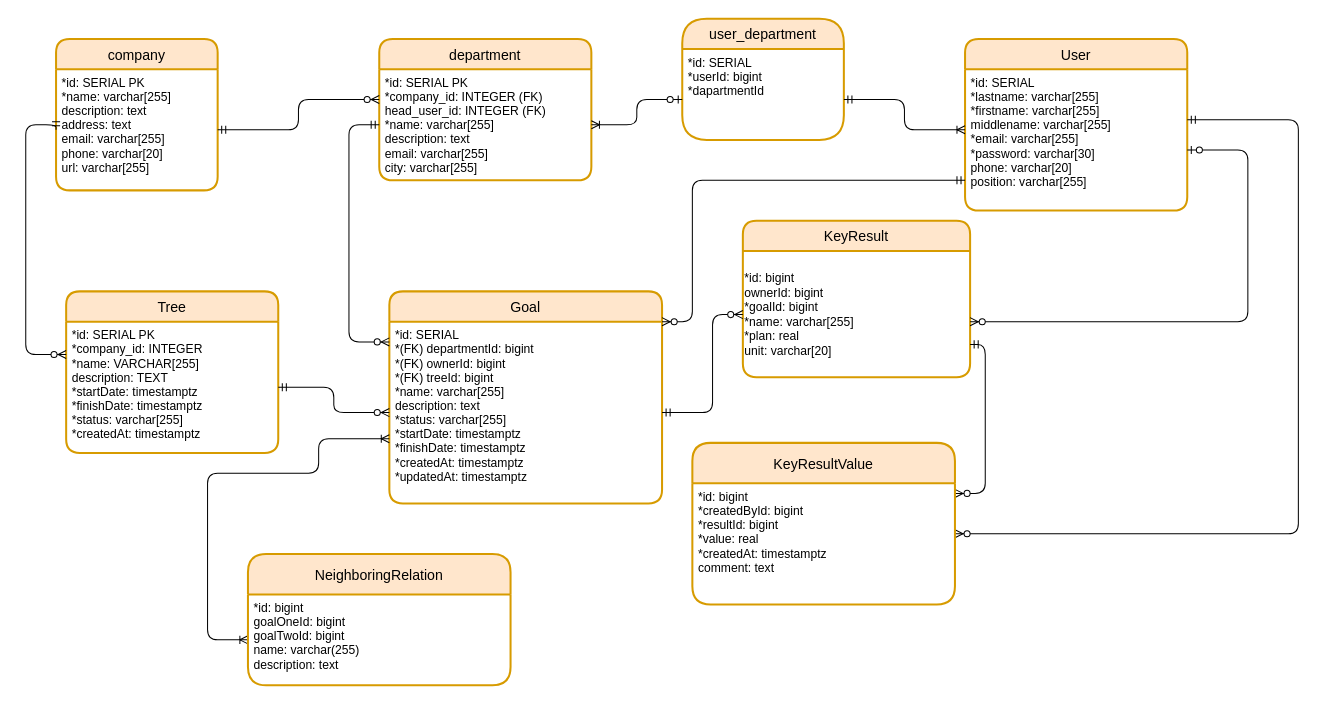
This is page "Database" (2 of 2) of diagrams/okr.drawio from spivakev/OKR-project, a draw.io file, before an edit. Source tidied: cells renumbered, new cells numbered last; positions are measured from the earlier drawing's top-left corner, leaving out a move shared by most shapes. Both pictures are drawn from the tidied source at 101%, with x=0, y=0 at pixel (25, 18).
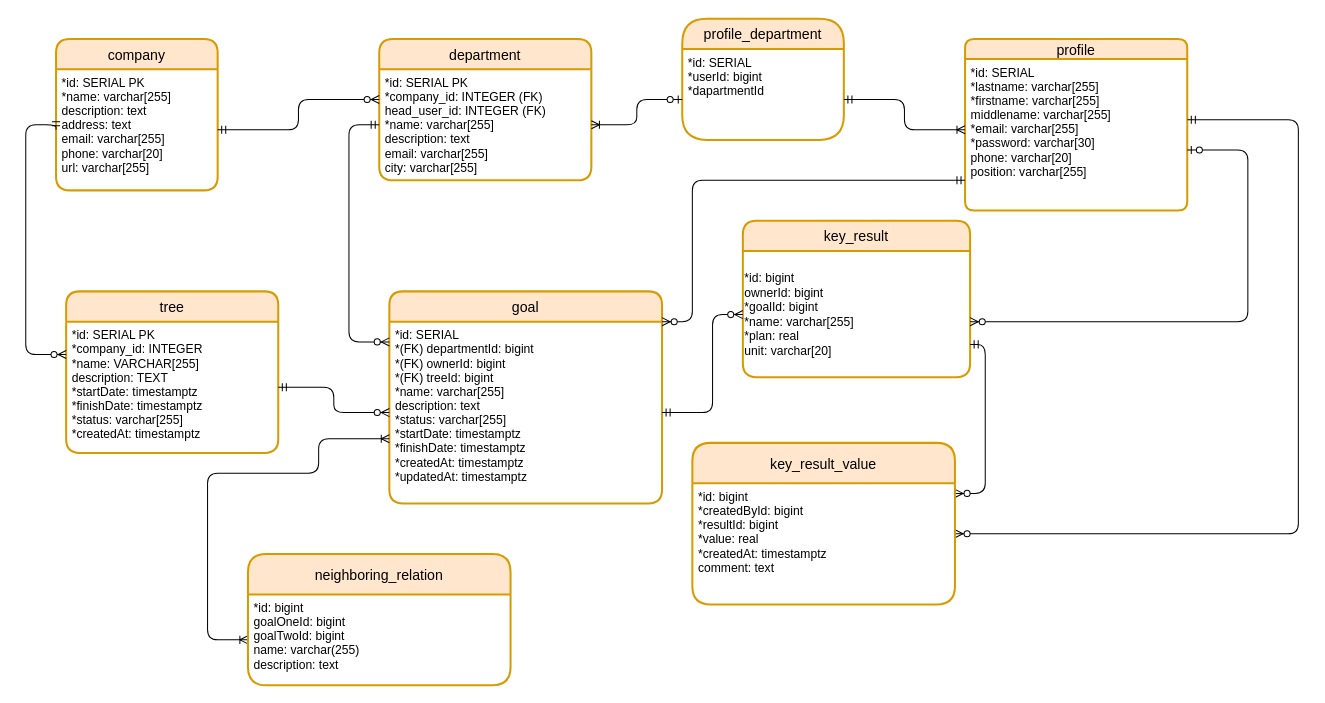
Above is the later version.

Diff of the diagram source:
```diff
@@
-    <mxCell id="6" value="Goal" style="swimlane;horizontal=1;startSize=30;rounded=1;fontSize=14;fontStyle=0;strokeWidth=2;shadow=0;dashed=0;align=center;fillColor=#ffe6cc;strokeColor=#d79b00;" parent="1" vertex="1">
+    <mxCell id="6" value="goal" style="swimlane;horizontal=1;startSize=30;rounded=1;fontSize=14;fontStyle=0;strokeWidth=2;shadow=0;dashed=0;align=center;fillColor=#ffe6cc;strokeColor=#d79b00;" parent="1" vertex="1">
       <mxGeometry x="360" y="270" width="270" height="210" as="geometry" />
     </mxCell>
@@
-    <mxCell id="8" value="KeyResult" style="swimlane;horizontal=1;startSize=30;rounded=1;fontSize=14;fontStyle=0;strokeWidth=2;shadow=0;dashed=0;align=center;fillColor=#ffe6cc;strokeColor=#d79b00;" parent="1" vertex="1">
+    <mxCell id="8" value="key_result" style="swimlane;horizontal=1;startSize=30;rounded=1;fontSize=14;fontStyle=0;strokeWidth=2;shadow=0;dashed=0;align=center;fillColor=#ffe6cc;strokeColor=#d79b00;" parent="1" vertex="1">
       <mxGeometry x="710" y="200" width="225" height="155" as="geometry" />
     </mxCell>
@@
-    <mxCell id="10" value="User" style="swimlane;horizontal=1;startSize=30;rounded=1;fontSize=14;fontStyle=0;strokeWidth=2;shadow=0;dashed=0;align=center;fillColor=#ffe6cc;strokeColor=#d79b00;" parent="1" vertex="1">
+    <mxCell id="10" value="profile" style="swimlane;horizontal=1;startSize=20;rounded=1;fontSize=14;fontStyle=0;strokeWidth=2;shadow=0;dashed=0;align=center;fillColor=#ffe6cc;strokeColor=#d79b00;" parent="1" vertex="1">
       <mxGeometry x="930" y="20" width="220" height="170" as="geometry" />
     </mxCell>
     <mxCell id="11" value="*id: SERIAL&#10;*lastname: varchar[255]&#10;*firstname: varchar[255]&#10;middlename: varchar[255]&#10;*email: varchar[255]&#10;*password: varchar[30]&#10;phone: varchar[20]&#10;position: varchar[255]" style="align=left;strokeColor=none;fillColor=none;spacingLeft=4;fontSize=12;verticalAlign=top;" parent="10" vertex="1">
-      <mxGeometry y="30" width="220" height="140" as="geometry" />
+      <mxGeometry y="20" width="220" height="150" as="geometry" />
     </mxCell>
-    <mxCell id="12" value="Tree" style="swimlane;horizontal=1;startSize=30;rounded=1;fontSize=14;fontStyle=0;strokeWidth=2;shadow=0;dashed=0;align=center;fillColor=#ffe6cc;strokeColor=#d79b00;" parent="1" vertex="1">
+    <mxCell id="12" value="tree" style="swimlane;horizontal=1;startSize=30;rounded=1;fontSize=14;fontStyle=0;strokeWidth=2;shadow=0;dashed=0;align=center;fillColor=#ffe6cc;strokeColor=#d79b00;" parent="1" vertex="1">
       <mxGeometry x="40" y="270" width="210" height="160" as="geometry" />
     </mxCell>
@@
-    <mxCell id="24" value="KeyResultValue" style="swimlane;horizontal=1;startSize=40;rounded=1;fontSize=14;fontStyle=0;strokeWidth=2;shadow=0;dashed=0;align=center;fillColor=#ffe6cc;strokeColor=#d79b00;" parent="1" vertex="1">
+    <mxCell id="24" value="key_result_value" style="swimlane;horizontal=1;startSize=40;rounded=1;fontSize=14;fontStyle=0;strokeWidth=2;shadow=0;dashed=0;align=center;fillColor=#ffe6cc;strokeColor=#d79b00;" parent="1" vertex="1">
       <mxGeometry x="660" y="420" width="260" height="160" as="geometry" />
     </mxCell>
@@
-    <mxCell id="26" value="NeighboringRelation" style="swimlane;horizontal=1;startSize=40;rounded=1;fontSize=14;fontStyle=0;strokeWidth=2;shadow=0;dashed=0;align=center;fillColor=#ffe6cc;strokeColor=#d79b00;" parent="1" vertex="1">
+    <mxCell id="26" value="neighboring_relation" style="swimlane;horizontal=1;startSize=40;rounded=1;fontSize=14;fontStyle=0;strokeWidth=2;shadow=0;dashed=0;align=center;fillColor=#ffe6cc;strokeColor=#d79b00;" parent="1" vertex="1">
       <mxGeometry x="220" y="530" width="260" height="130" as="geometry" />
     </mxCell>
@@
-    <mxCell id="28" value="user_department" style="swimlane;horizontal=1;startSize=30;rounded=1;fontSize=14;fontStyle=0;strokeWidth=2;shadow=0;dashed=0;align=center;fillColor=#ffe6cc;strokeColor=#d79b00;arcSize=27;" parent="1" vertex="1">
+    <mxCell id="28" value="profile_department" style="swimlane;horizontal=1;startSize=30;rounded=1;fontSize=14;fontStyle=0;strokeWidth=2;shadow=0;dashed=0;align=center;fillColor=#ffe6cc;strokeColor=#d79b00;arcSize=27;" parent="1" vertex="1">
       <mxGeometry x="650" width="160" height="120" as="geometry" />
     </mxCell>
```
